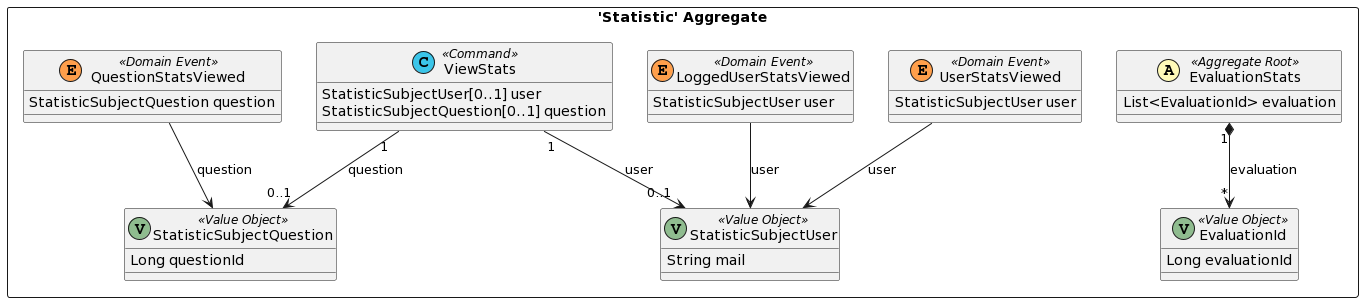
Above: doc/dist/src-gen/gamedev_BC_StatContext_Statistic.png in esgi-lyon/question-ddd (PlantUML), before the change. Source of this version:
```plantuml
@startuml
skinparam componentStyle uml2

package "'Statistic' Aggregate" <<Rectangle>> {
	class EvaluationStats <<(A,#fffab8) Aggregate Root>> {
		List<EvaluationId> evaluation
	}
	class EvaluationId <<(V,DarkSeaGreen) Value Object>> {
		Long evaluationId
	}
	class StatisticSubjectUser <<(V,DarkSeaGreen) Value Object>> {
		String mail
	}
	class StatisticSubjectQuestion <<(V,DarkSeaGreen) Value Object>> {
		Long questionId
	}
	class UserStatsViewed <<(E,#ff9f4b) Domain Event>> {
		StatisticSubjectUser user
	}
	class LoggedUserStatsViewed <<(E,#ff9f4b) Domain Event>> {
		StatisticSubjectUser user
	}
	class QuestionStatsViewed <<(E,#ff9f4b) Domain Event>> {
		StatisticSubjectQuestion question
	}
	class ViewStats <<(C,#3bc5e9) Command>> {
		StatisticSubjectUser[0..1] user
		StatisticSubjectQuestion[0..1] question
	}
}
LoggedUserStatsViewed --> StatisticSubjectUser : user
QuestionStatsViewed --> StatisticSubjectQuestion : question
ViewStats "1" --> "0..1" StatisticSubjectUser : user
ViewStats "1" --> "0..1" StatisticSubjectQuestion : question
EvaluationStats "1" *--> "*" EvaluationId : evaluation
UserStatsViewed --> StatisticSubjectUser : user
@enduml
```
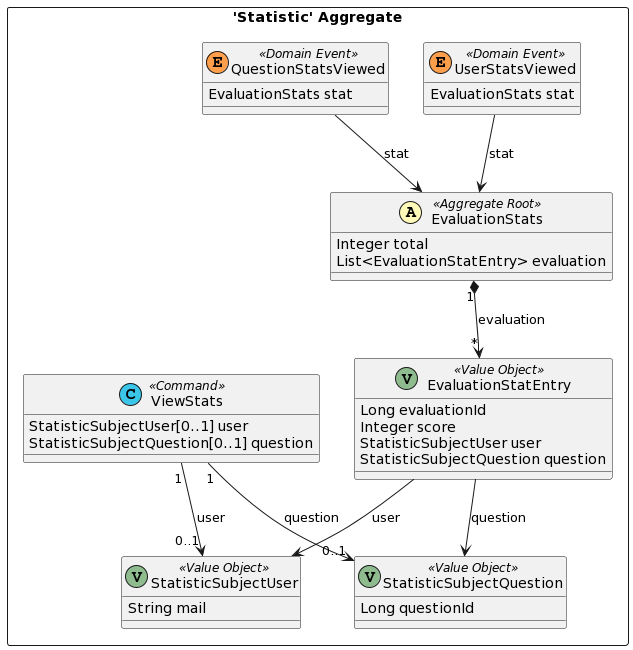
The same diagram one commit later.

What changed in the source:
```diff
@@ -3,10 +3,14 @@
 
 package "'Statistic' Aggregate" <<Rectangle>> {
 	class EvaluationStats <<(A,#fffab8) Aggregate Root>> {
-		List<EvaluationId> evaluation
+		Integer total
+		List<EvaluationStatEntry> evaluation
 	}
-	class EvaluationId <<(V,DarkSeaGreen) Value Object>> {
+	class EvaluationStatEntry <<(V,DarkSeaGreen) Value Object>> {
 		Long evaluationId
+		Integer score
+		StatisticSubjectUser user
+		StatisticSubjectQuestion question
 	}
 	class StatisticSubjectUser <<(V,DarkSeaGreen) Value Object>> {
 		String mail
@@ -15,23 +19,21 @@
 		Long questionId
 	}
 	class UserStatsViewed <<(E,#ff9f4b) Domain Event>> {
-		StatisticSubjectUser user
-	}
-	class LoggedUserStatsViewed <<(E,#ff9f4b) Domain Event>> {
-		StatisticSubjectUser user
+		EvaluationStats stat
 	}
 	class QuestionStatsViewed <<(E,#ff9f4b) Domain Event>> {
-		StatisticSubjectQuestion question
+		EvaluationStats stat
 	}
 	class ViewStats <<(C,#3bc5e9) Command>> {
 		StatisticSubjectUser[0..1] user
 		StatisticSubjectQuestion[0..1] question
 	}
 }
-LoggedUserStatsViewed --> StatisticSubjectUser : user
-QuestionStatsViewed --> StatisticSubjectQuestion : question
+UserStatsViewed --> EvaluationStats : stat
 ViewStats "1" --> "0..1" StatisticSubjectUser : user
 ViewStats "1" --> "0..1" StatisticSubjectQuestion : question
-EvaluationStats "1" *--> "*" EvaluationId : evaluation
-UserStatsViewed --> StatisticSubjectUser : user
+EvaluationStats "1" *--> "*" EvaluationStatEntry : evaluation
+EvaluationStatEntry --> StatisticSubjectUser : user
+EvaluationStatEntry --> StatisticSubjectQuestion : question
+QuestionStatsViewed --> EvaluationStats : stat
 @enduml
```
